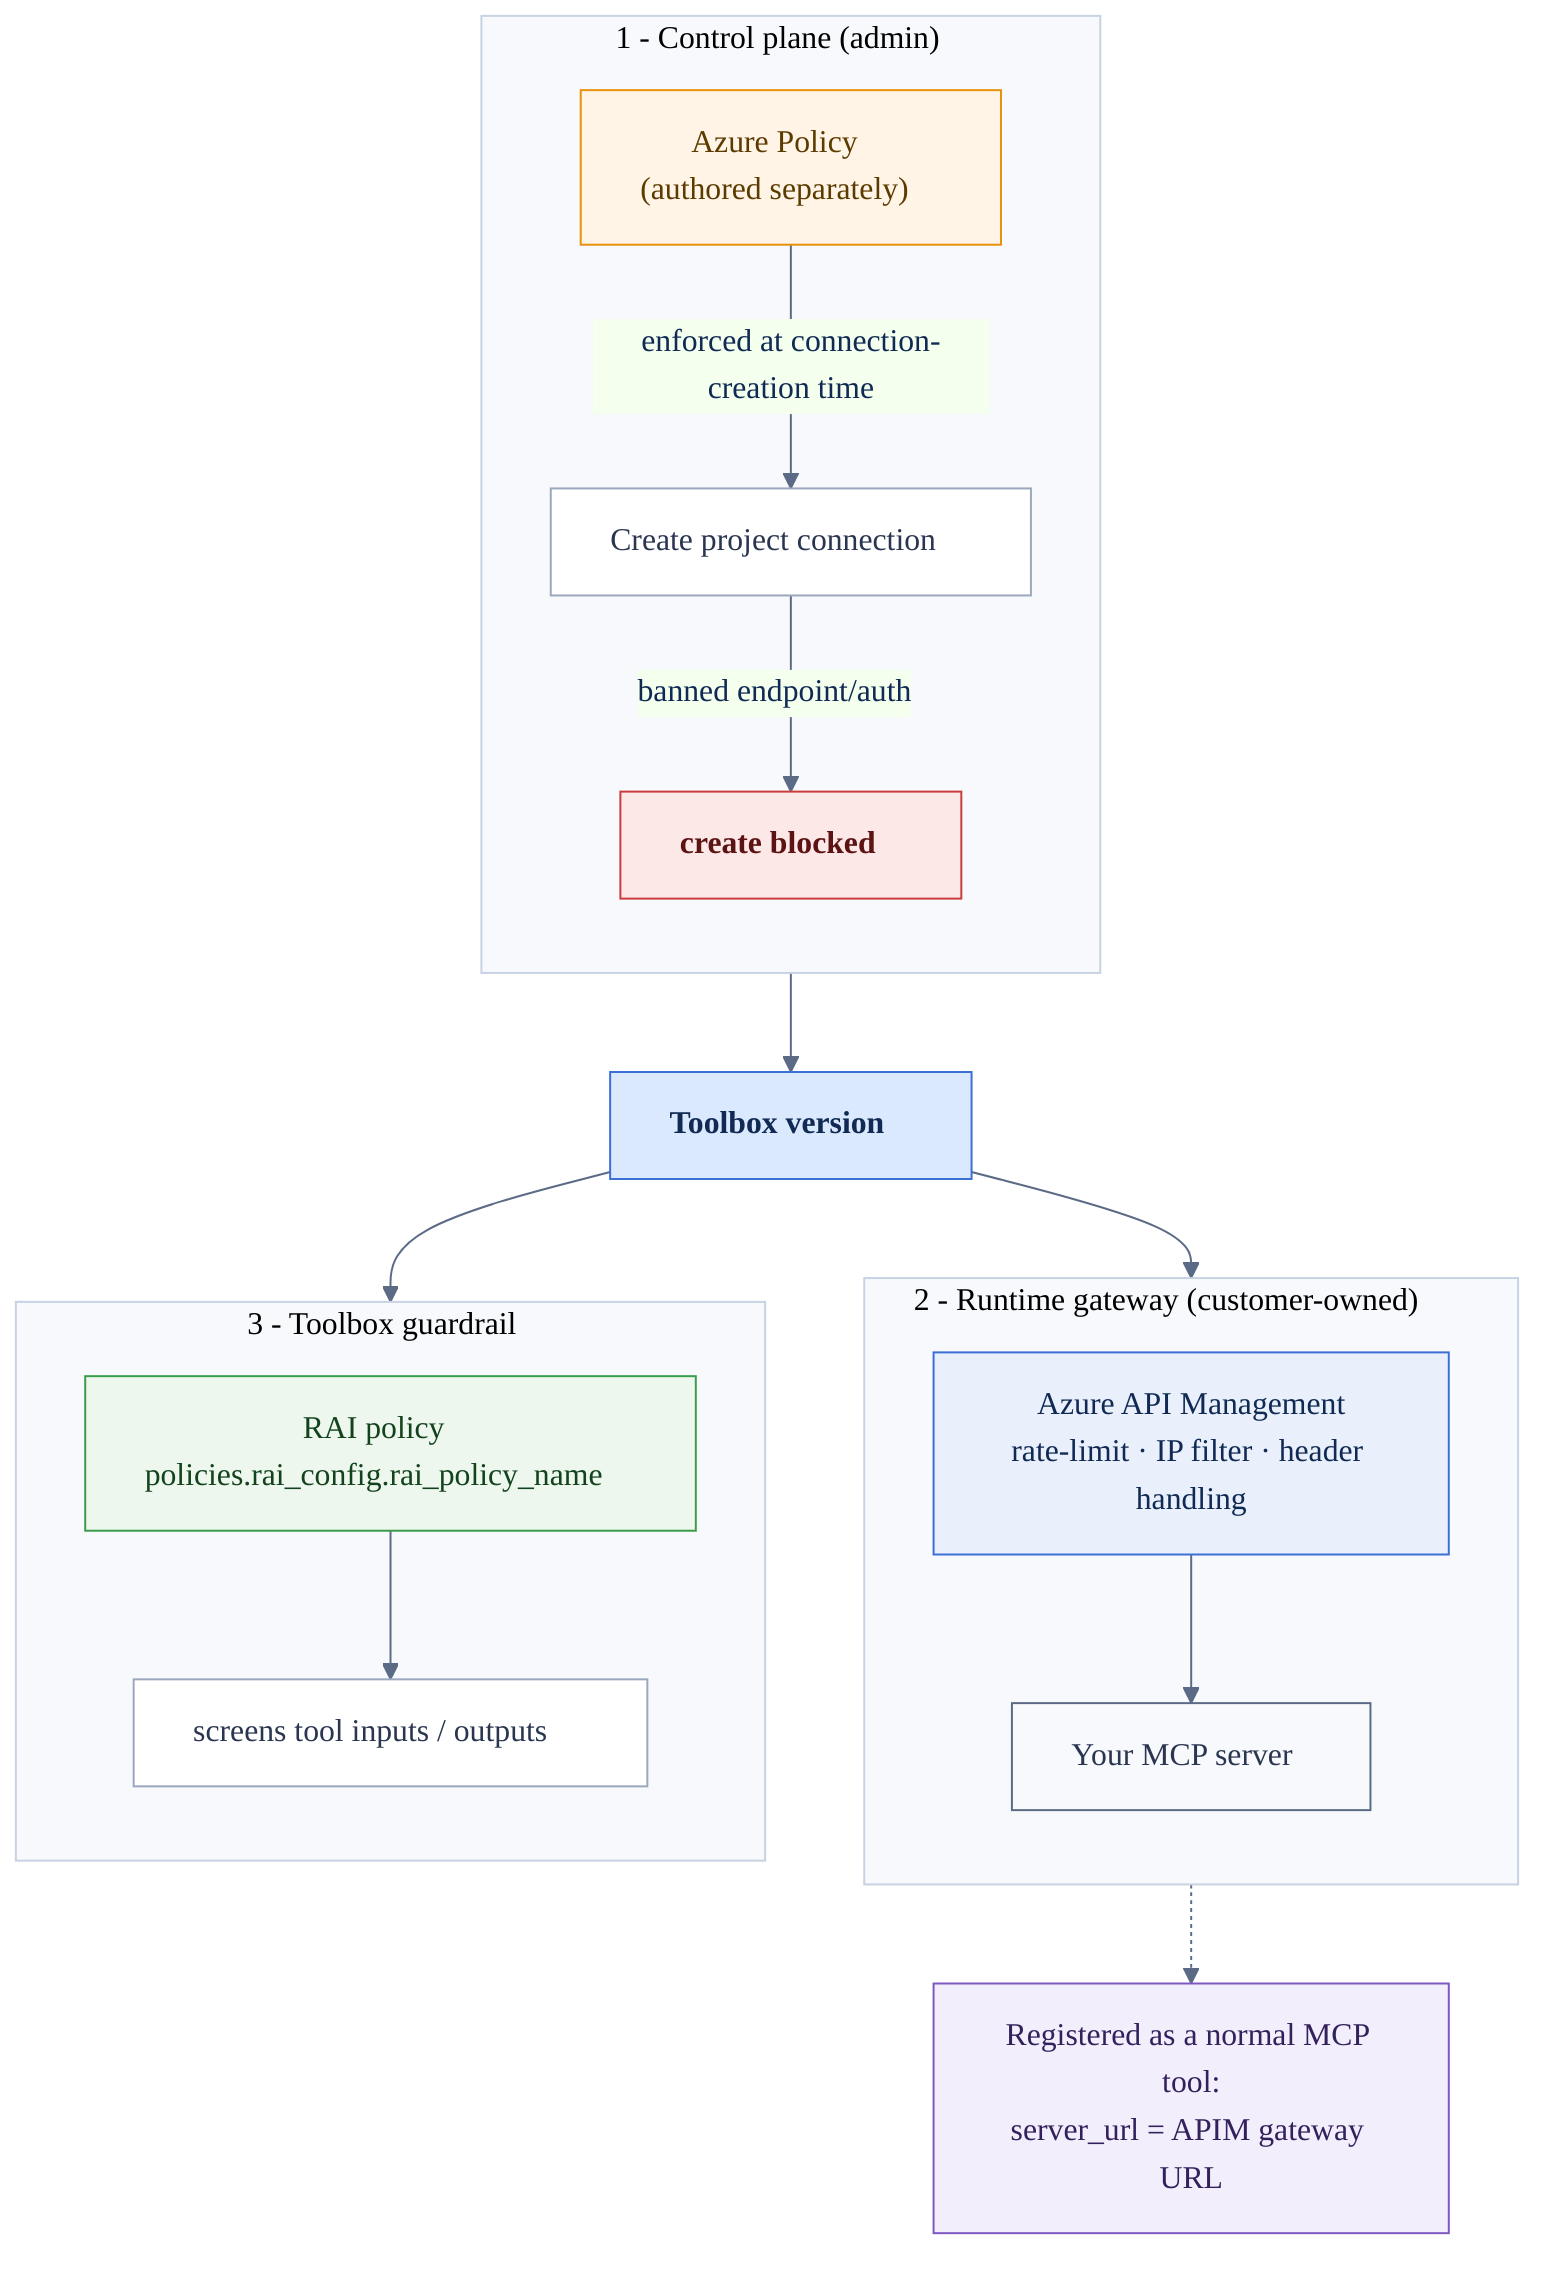
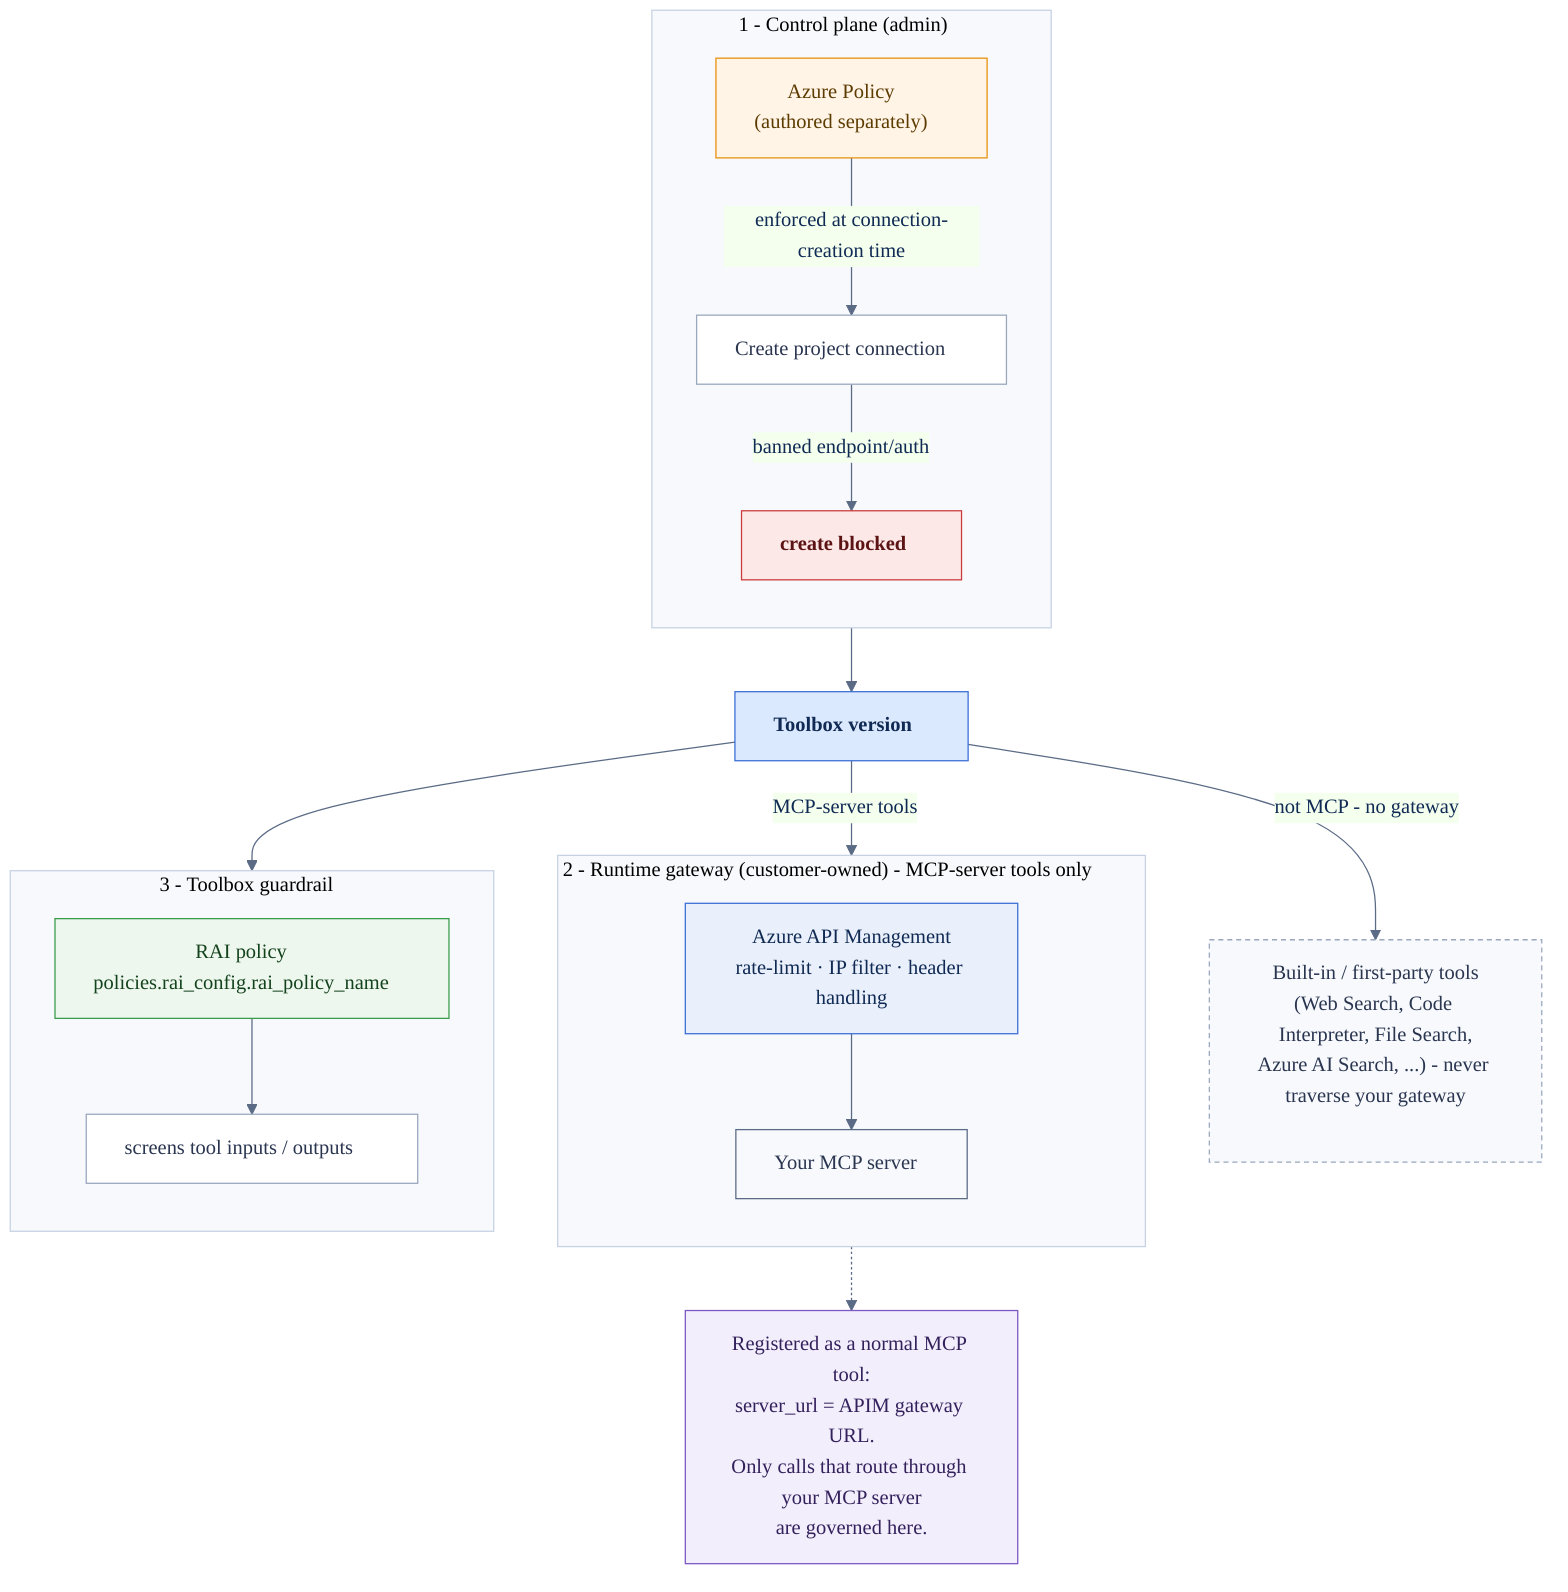
%%{init: {"theme":"base","themeVariables":{"fontFamily":"Segoe UI, Helvetica, Arial, sans-serif","primaryColor":"#eef4ff","primaryBorderColor":"#3b6fd6","primaryTextColor":"#102a54","lineColor":"#5b6b86","clusterBkg":"#f7f9fc","clusterBorder":"#c7d2e3"}}}%%
flowchart TB
    subgraph CP["1 - Control plane (admin)"]
        direction TB
        POL["Azure Policy<br/>(authored separately)"]:::policy
        CONNCREATE["Create project connection"]:::step
        POL -->|enforced at connection-creation time| CONNCREATE
        CONNCREATE -->|banned endpoint/auth| BLOCK["create blocked"]:::block
    end

-     subgraph RT["2 - Runtime gateway (customer-owned)"]
+     subgraph RT["2 - Runtime gateway (customer-owned) - MCP-server tools only"]
        direction TB
        APIM["Azure API Management<br/>rate-limit &middot; IP filter &middot; header handling"]:::apim
        MCP["Your MCP server"]:::tool
        APIM --> MCP
    end
-     NOTE2["Registered as a normal MCP tool:<br/>server_url = APIM gateway URL"]:::note
+     NOTE2["Registered as a normal MCP tool:<br/>server_url = APIM gateway URL.<br/>Only calls that route through your MCP server<br/>are governed here."]:::note
    APIM -.-> NOTE2
+ 
+     BUILTIN["Built-in / first-party tools<br/>(Web Search, Code Interpreter, File Search,<br/>Azure AI Search, ...) - never traverse your gateway"]:::bypass

    subgraph TB3["3 - Toolbox guardrail"]
        direction TB
        RAI["RAI policy<br/>policies.rai_config.rai_policy_name"]:::rai
        IO["screens tool inputs / outputs"]:::step
        RAI --> IO
    end

    CONNCREATE --> TBXV["Toolbox version"]:::accent
-     TBXV --> RT
+     TBXV -->|"MCP-server tools"| RT
+     TBXV -->|"not MCP - no gateway"| BUILTIN
    TBXV --> TB3

    classDef accent fill:#dbe9ff,stroke:#3b6fd6,color:#102a54,font-weight:bold;
    classDef policy fill:#fff4e6,stroke:#e8910c,color:#5c3b00;
    classDef apim fill:#e9f0fb,stroke:#3b6fd6,color:#102a54;
    classDef rai fill:#eef7ee,stroke:#3a9d4a,color:#13431d;
    classDef tool fill:#f7f9fc,stroke:#5b6b86,color:#2a3550;
    classDef step fill:#ffffff,stroke:#9aa7bd,color:#2a3550;
    classDef block fill:#fde8e8,stroke:#cc3b3b,color:#5c1313,font-weight:bold;
    classDef note fill:#f3eefc,stroke:#7d57c2,color:#33215c;
+     classDef bypass fill:#f7f9fc,stroke:#9aa7bd,color:#2a3550,stroke-dasharray:4 3;
